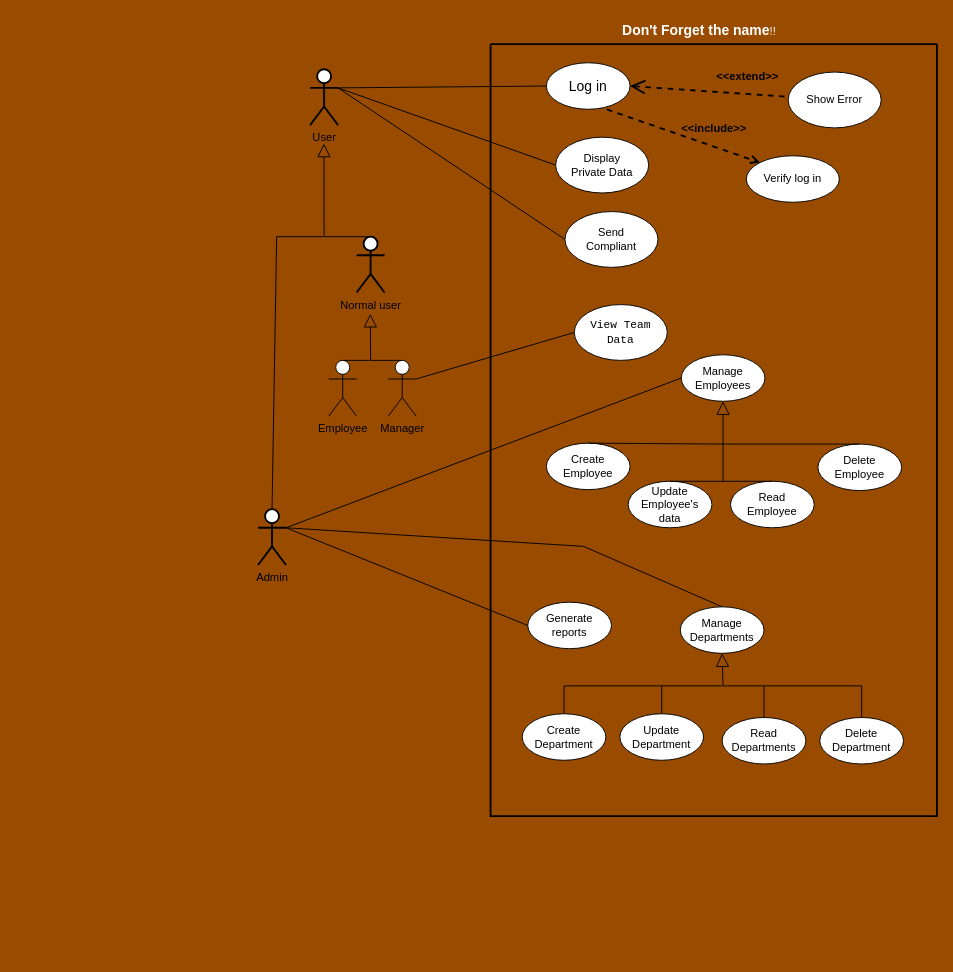
The draw.io diagram Use-Case-Diagram.drawio in Alsayed-Aldkhakhni/SoftwareEngineeringProject, before the edit. Source tidied: cells renumbered, new cells numbered last; positions are measured from the earlier drawing's top-left corner, leaving out a move shared by most shapes. Both pictures are drawn from the tidied source at 93%, with x=0, y=0 at pixel (258, 16).
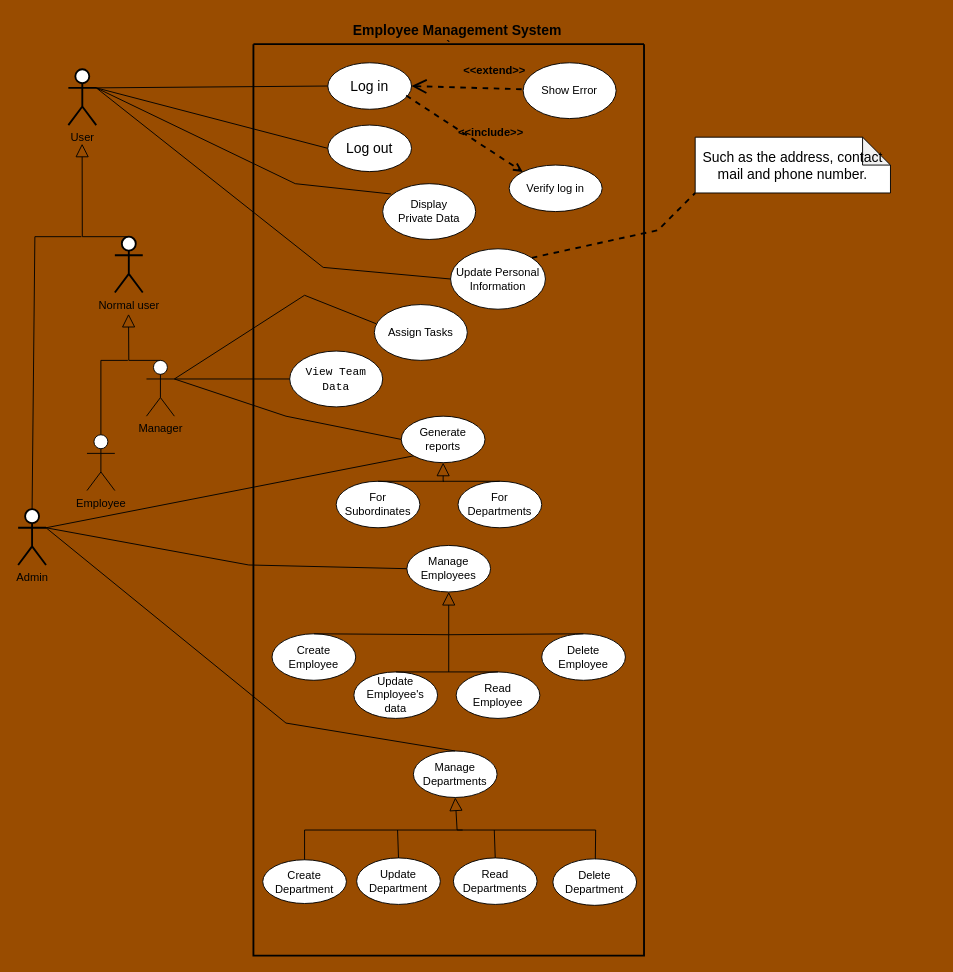
After the change.

Commit message:
Update use case diagram.

What changed in the source:
```diff
@@
-    <mxCell id="2" style="swimlane;startSize=0;strokeWidth=2;" parent="1" vertex="1">
-      <mxGeometry x="250" y="30" width="480" height="830" as="geometry" />
+    <mxCell id="2" value="`" style="swimlane;startSize=0;strokeWidth=2;" parent="1" vertex="1">
+      <mxGeometry x="-5" y="30" width="420" height="980" as="geometry" />
     </mxCell>
     <mxCell id="3" value="&lt;span style=&quot;font-size: 15px;&quot;&gt;Log in&lt;br&gt;&lt;/span&gt;" style="ellipse;whiteSpace=wrap;html=1;" parent="2" vertex="1">
-      <mxGeometry x="60" y="20" width="90" height="50" as="geometry" />
+      <mxGeometry x="80" y="20" width="90" height="50" as="geometry" />
     </mxCell>
     <mxCell id="4" value="Verify log in" style="ellipse;whiteSpace=wrap;html=1;" parent="2" vertex="1">
-      <mxGeometry x="275" y="120" width="100" height="50" as="geometry" />
+      <mxGeometry x="275" y="130" width="100" height="50" as="geometry" />
     </mxCell>
     <mxCell id="5" value="Show Error" style="ellipse;whiteSpace=wrap;html=1;" parent="2" vertex="1">
-      <mxGeometry x="320" y="30" width="100" height="60" as="geometry" />
+      <mxGeometry x="290" y="20" width="100" height="60" as="geometry" />
     </mxCell>
@@
-    <mxCell id="7" value="&lt;b&gt;&lt;font style=&quot;font-size: 12px;&quot;&gt;&amp;lt;&amp;lt;include&amp;gt;&amp;gt;&lt;/font&gt;&lt;/b&gt;" style="edgeStyle=none;html=1;endArrow=open;verticalAlign=bottom;dashed=1;labelBackgroundColor=none;rounded=0;exitX=0.723;exitY=1.004;exitDx=0;exitDy=0;entryX=0;entryY=0;entryDx=0;entryDy=0;strokeWidth=2;exitPerimeter=0;" parent="2" edge="1" source="3" target="4">
+    <mxCell id="7" value="&lt;b&gt;&lt;font style=&quot;font-size: 12px;&quot;&gt;&amp;lt;&amp;lt;include&amp;gt;&amp;gt;&lt;/font&gt;&lt;/b&gt;" style="edgeStyle=none;html=1;endArrow=open;verticalAlign=bottom;dashed=1;labelBackgroundColor=none;rounded=0;exitX=0.936;exitY=0.704;exitDx=0;exitDy=0;entryX=0;entryY=0;entryDx=0;entryDy=0;strokeWidth=2;exitPerimeter=0;" parent="2" edge="1" source="3" target="4">
       <mxGeometry x="0.36" y="10" relative="1" as="geometry">
         <mxPoint y="1" as="offset" />
       </mxGeometry>
     </mxCell>
     <mxCell id="8" value="&lt;div&gt;Manage &lt;br&gt;&lt;/div&gt;&lt;div&gt;Employees&lt;br&gt;&lt;/div&gt;" style="ellipse;whiteSpace=wrap;html=1;" parent="2" vertex="1">
-      <mxGeometry x="205" y="334" width="90" height="50" as="geometry" />
+      <mxGeometry x="165" y="539" width="90" height="50" as="geometry" />
     </mxCell>
     <mxCell id="9" value="&lt;div&gt;Delete&lt;br&gt;&lt;/div&gt;&lt;div&gt;Employee&lt;br&gt;&lt;/div&gt;" style="ellipse;whiteSpace=wrap;html=1;" parent="2" vertex="1">
-      <mxGeometry x="352" y="430" width="90" height="50" as="geometry" />
+      <mxGeometry x="310" y="634" width="90" height="50" as="geometry" />
     </mxCell>
     <mxCell id="10" value="&lt;div&gt;Update&lt;/div&gt;&lt;div&gt;Employee's&lt;/div&gt;&lt;div&gt;data&lt;br&gt;&lt;/div&gt;" style="ellipse;whiteSpace=wrap;html=1;" parent="2" vertex="1">
-      <mxGeometry x="148" y="470" width="90" height="50" as="geometry" />
+      <mxGeometry x="108" y="675" width="90" height="50" as="geometry" />
     </mxCell>
     <mxCell id="11" value="&lt;div&gt;Display&lt;/div&gt;&lt;div&gt;Private Data&lt;br&gt;&lt;/div&gt;" style="ellipse;whiteSpace=wrap;html=1;" parent="2" vertex="1">
-      <mxGeometry x="70" y="100" width="100" height="60" as="geometry" />
+      <mxGeometry x="139" y="150" width="100" height="60" as="geometry" />
     </mxCell>
-    <mxCell id="12" value="&lt;div&gt;Send &lt;br&gt;&lt;/div&gt;&lt;div&gt;Compliant&lt;br&gt;&lt;/div&gt;" style="ellipse;whiteSpace=wrap;html=1;" parent="2" vertex="1">
-      <mxGeometry x="80" y="180" width="100" height="60" as="geometry" />
-    </mxCell>
     <mxCell id="13" value="&lt;div&gt;Read &lt;br&gt;&lt;/div&gt;&lt;div&gt;Employee&lt;br&gt;&lt;/div&gt;" style="ellipse;whiteSpace=wrap;html=1;" parent="2" vertex="1">
-      <mxGeometry x="258" y="470" width="90" height="50" as="geometry" />
+      <mxGeometry x="218" y="675" width="90" height="50" as="geometry" />
     </mxCell>
     <mxCell id="14" value="&lt;div&gt;Create&lt;br&gt;&lt;/div&gt;&lt;div&gt;Employee&lt;br&gt;&lt;/div&gt;" style="ellipse;whiteSpace=wrap;html=1;" parent="2" vertex="1">
-      <mxGeometry x="60" y="429" width="90" height="50" as="geometry" />
+      <mxGeometry x="20" y="634" width="90" height="50" as="geometry" />
     </mxCell>
     <mxCell id="15" value="Generate reports" style="ellipse;whiteSpace=wrap;html=1;" parent="2" vertex="1">
-      <mxGeometry x="40" y="600" width="90" height="50" as="geometry" />
+      <mxGeometry x="159" y="400" width="90" height="50" as="geometry" />
     </mxCell>
     <mxCell id="16" value="&lt;code&gt;View Team Data&lt;/code&gt;" style="ellipse;whiteSpace=wrap;html=1;" parent="2" vertex="1">
-      <mxGeometry x="90" y="280" width="100" height="60" as="geometry" />
+      <mxGeometry x="39" y="330" width="100" height="60" as="geometry" />
     </mxCell>
     <mxCell id="17" style="edgeStyle=none;html=1;endArrow=block;endFill=0;endSize=12;verticalAlign=bottom;rounded=0;entryX=0.5;entryY=1;entryDx=0;entryDy=0;exitX=0.5;exitY=0;exitDx=0;exitDy=0;" parent="2" edge="1" source="9" target="8">
       <mxGeometry relative="1" as="geometry">
         <Array as="points">
-          <mxPoint x="250" y="430" />
+          <mxPoint x="210" y="635" />
         </Array>
       </mxGeometry>
     </mxCell>
     <mxCell id="18" style="edgeStyle=none;html=1;endArrow=none;verticalAlign=bottom;rounded=0;exitX=0.5;exitY=0;exitDx=0;exitDy=0;" parent="2" edge="1" source="14">
       <mxGeometry relative="1" as="geometry">
-        <mxPoint x="250" y="430" as="targetPoint" />
+        <mxPoint x="210" y="635" as="targetPoint" />
       </mxGeometry>
     </mxCell>
@@
     <mxCell id="20" style="edgeStyle=none;html=1;endArrow=none;verticalAlign=bottom;rounded=0;" parent="2" edge="1">
       <mxGeometry relative="1" as="geometry">
-        <mxPoint x="250" y="430" as="sourcePoint" />
-        <mxPoint x="250" y="470" as="targetPoint" />
+        <mxPoint x="210" y="635" as="sourcePoint" />
+        <mxPoint x="210" y="675" as="targetPoint" />
       </mxGeometry>
     </mxCell>
+    <mxCell id="47" value="&lt;span style=&quot;font-size: 15px;&quot;&gt;Log out&lt;br&gt;&lt;/span&gt;" style="ellipse;whiteSpace=wrap;html=1;" parent="2" vertex="1">
+      <mxGeometry x="80" y="87" width="90" height="50" as="geometry" />
+    </mxCell>
+    <mxCell id="48" value="Assign Tasks" style="ellipse;whiteSpace=wrap;html=1;" parent="2" vertex="1">
+      <mxGeometry x="130" y="280" width="100" height="60" as="geometry" />
+    </mxCell>
+    <mxCell id="33" value="&lt;div&gt;Create&lt;br&gt;&lt;/div&gt;&lt;div&gt;Department&lt;br&gt;&lt;/div&gt;" style="ellipse;whiteSpace=wrap;html=1;" parent="2" vertex="1">
+      <mxGeometry x="10" y="877" width="90" height="47" as="geometry" />
+    </mxCell>
+    <mxCell id="30" value="&lt;div&gt;Delete&lt;br&gt;&lt;/div&gt;&lt;div&gt;Department&lt;br&gt;&lt;/div&gt;" style="ellipse;whiteSpace=wrap;html=1;" parent="2" vertex="1">
+      <mxGeometry x="322" y="876" width="90" height="50" as="geometry" />
+    </mxCell>
+    <mxCell id="49" value="For Departments" style="ellipse;whiteSpace=wrap;html=1;" parent="2" vertex="1">
+      <mxGeometry x="220" y="470" width="90" height="50" as="geometry" />
+    </mxCell>
+    <mxCell id="50" value="For Subordinates" style="ellipse;whiteSpace=wrap;html=1;" parent="2" vertex="1">
+      <mxGeometry x="89" y="470" width="90" height="50" as="geometry" />
+    </mxCell>
+    <mxCell id="51" style="edgeStyle=none;html=1;endArrow=block;endFill=0;endSize=12;verticalAlign=bottom;rounded=0;entryX=0.5;entryY=1;entryDx=0;entryDy=0;exitX=0.5;exitY=0;exitDx=0;exitDy=0;" parent="2" edge="1" source="49" target="15">
+      <mxGeometry relative="1" as="geometry">
+        <Array as="points">
+          <mxPoint x="204" y="470" />
+        </Array>
+      </mxGeometry>
+    </mxCell>
+    <mxCell id="29" value="&lt;div&gt;Manage &lt;br&gt;&lt;/div&gt;&lt;div&gt;Departments&lt;br&gt;&lt;/div&gt;" style="ellipse;whiteSpace=wrap;html=1;" parent="2" vertex="1">
+      <mxGeometry x="172" y="760" width="90" height="50" as="geometry" />
+    </mxCell>
+    <mxCell id="34" style="edgeStyle=none;html=1;endArrow=block;endFill=0;endSize=12;verticalAlign=bottom;rounded=0;entryX=0.5;entryY=1;entryDx=0;entryDy=0;exitX=0.507;exitY=0.007;exitDx=0;exitDy=0;exitPerimeter=0;" parent="2" edge="1" source="30" target="29">
+      <mxGeometry relative="1" as="geometry">
+        <Array as="points">
+          <mxPoint x="368" y="845" />
+          <mxPoint x="219" y="845" />
+        </Array>
+      </mxGeometry>
+    </mxCell>
+    <mxCell id="52" value="Update Personal Information" style="ellipse;whiteSpace=wrap;html=1;" parent="2" vertex="1">
+      <mxGeometry x="212" y="220" width="102" height="65" as="geometry" />
+    </mxCell>
     <mxCell id="21" value="User" style="shape=umlActor;html=1;verticalLabelPosition=bottom;verticalAlign=top;align=center;strokeWidth=2;" parent="1" vertex="1">
-      <mxGeometry x="56" y="57" width="30" height="60" as="geometry" />
+      <mxGeometry x="-204" y="57" width="30" height="60" as="geometry" />
     </mxCell>
@@
     <mxCell id="23" value="Admin" style="shape=umlActor;html=1;verticalLabelPosition=bottom;verticalAlign=top;align=center;strokeWidth=2;" parent="1" vertex="1">
-      <mxGeometry y="530" width="30" height="60" as="geometry" />
+      <mxGeometry x="-258" y="530" width="30" height="60" as="geometry" />
     </mxCell>
     <mxCell id="24" value="Normal user" style="shape=umlActor;html=1;verticalLabelPosition=bottom;verticalAlign=top;align=center;strokeWidth=2;" parent="1" vertex="1">
-      <mxGeometry x="106" y="237" width="30" height="60" as="geometry" />
+      <mxGeometry x="-154" y="237" width="30" height="60" as="geometry" />
     </mxCell>
     <mxCell id="25" style="edgeStyle=none;html=1;endArrow=block;endFill=0;endSize=12;verticalAlign=bottom;rounded=0;exitX=0.5;exitY=0;exitDx=0;exitDy=0;exitPerimeter=0;" parent="1" edge="1" source="24">
       <mxGeometry relative="1" as="geometry">
-        <mxPoint x="70.8" y="137" as="targetPoint" />
+        <mxPoint x="-189.2" y="137" as="targetPoint" />
         <Array as="points">
-          <mxPoint x="71" y="237" />
+          <mxPoint x="-189" y="237" />
         </Array>
       </mxGeometry>
     </mxCell>
     <mxCell id="26" style="edgeStyle=none;html=1;endArrow=none;verticalAlign=bottom;rounded=0;exitX=0.5;exitY=0;exitDx=0;exitDy=0;exitPerimeter=0;" parent="1" edge="1" source="23">
       <mxGeometry relative="1" as="geometry">
-        <mxPoint x="70" y="237" as="targetPoint" />
+        <mxPoint x="-190" y="237" as="targetPoint" />
         <Array as="points">
-          <mxPoint x="20" y="237" />
+          <mxPoint x="-240" y="237" />
         </Array>
       </mxGeometry>
     </mxCell>
-    <mxCell id="27" style="edgeStyle=none;html=1;endArrow=none;verticalAlign=bottom;rounded=0;entryX=0;entryY=0.5;entryDx=0;entryDy=0;strokeWidth=1;exitX=1;exitY=0.3333333333333333;exitDx=0;exitDy=0;exitPerimeter=0;" parent="1" edge="1" source="21" target="11">
-      <mxGeometry relative="1" as="geometry" />
+    <mxCell id="27" style="edgeStyle=none;html=1;endArrow=none;verticalAlign=bottom;rounded=0;entryX=0.089;entryY=0.185;entryDx=0;entryDy=0;strokeWidth=1;exitX=1;exitY=0.3333333333333333;exitDx=0;exitDy=0;exitPerimeter=0;entryPerimeter=0;" parent="1" edge="1" source="21" target="11">
+      <mxGeometry relative="1" as="geometry">
+        <Array as="points">
+          <mxPoint x="40" y="180" />
+        </Array>
+      </mxGeometry>
     </mxCell>
-    <mxCell id="28" style="edgeStyle=none;html=1;endArrow=none;verticalAlign=bottom;rounded=0;strokeWidth=1;exitX=1;exitY=0.3333333333333333;exitDx=0;exitDy=0;exitPerimeter=0;entryX=0;entryY=0.5;entryDx=0;entryDy=0;" parent="1" edge="1" source="21" target="12">
-      <mxGeometry relative="1" as="geometry" />
-    </mxCell>
-    <mxCell id="29" value="&lt;div&gt;Manage &lt;br&gt;&lt;/div&gt;&lt;div&gt;Departments&lt;br&gt;&lt;/div&gt;" style="ellipse;whiteSpace=wrap;html=1;" parent="1" vertex="1">
-      <mxGeometry x="454" y="635" width="90" height="50" as="geometry" />
-    </mxCell>
-    <mxCell id="30" value="&lt;div&gt;Delete&lt;br&gt;&lt;/div&gt;&lt;div&gt;Department&lt;br&gt;&lt;/div&gt;" style="ellipse;whiteSpace=wrap;html=1;" parent="1" vertex="1">
-      <mxGeometry x="604" y="754" width="90" height="50" as="geometry" />
-    </mxCell>
     <mxCell id="31" value="&lt;div&gt;Update&lt;/div&gt;&lt;div&gt;Department&lt;br&gt;&lt;/div&gt;" style="ellipse;whiteSpace=wrap;html=1;" parent="1" vertex="1">
-      <mxGeometry x="389" y="750" width="90" height="50" as="geometry" />
+      <mxGeometry x="106" y="905" width="90" height="50" as="geometry" />
     </mxCell>
     <mxCell id="32" value="&lt;div&gt;Read &lt;br&gt;&lt;/div&gt;&lt;div&gt;Departments&lt;br&gt;&lt;/div&gt;" style="ellipse;whiteSpace=wrap;html=1;" parent="1" vertex="1">
-      <mxGeometry x="499" y="754" width="90" height="50" as="geometry" />
+      <mxGeometry x="210" y="905" width="90" height="50" as="geometry" />
     </mxCell>
-    <mxCell id="33" value="&lt;div&gt;Create&lt;br&gt;&lt;/div&gt;&lt;div&gt;Department&lt;br&gt;&lt;/div&gt;" style="ellipse;whiteSpace=wrap;html=1;" parent="1" vertex="1">
-      <mxGeometry x="284" y="750" width="90" height="50" as="geometry" />
-    </mxCell>
-    <mxCell id="34" style="edgeStyle=none;html=1;endArrow=block;endFill=0;endSize=12;verticalAlign=bottom;rounded=0;entryX=0.5;entryY=1;entryDx=0;entryDy=0;exitX=0.5;exitY=0;exitDx=0;exitDy=0;" parent="1" edge="1" source="30" target="29">
-      <mxGeometry relative="1" as="geometry">
-        <Array as="points">
-          <mxPoint x="649" y="720" />
-          <mxPoint x="500" y="720" />
-        </Array>
-      </mxGeometry>
-    </mxCell>
     <mxCell id="35" style="edgeStyle=none;html=1;endArrow=none;verticalAlign=bottom;rounded=0;entryX=0.5;entryY=0;entryDx=0;entryDy=0;" parent="1" edge="1" target="31">
       <mxGeometry relative="1" as="geometry">
-        <mxPoint x="434" y="720" as="sourcePoint" />
+        <mxPoint x="150" y="875" as="sourcePoint" />
       </mxGeometry>
     </mxCell>
     <mxCell id="36" style="edgeStyle=none;html=1;endArrow=none;verticalAlign=bottom;rounded=0;exitX=0.5;exitY=0;exitDx=0;exitDy=0;" parent="1" edge="1" source="33">
       <mxGeometry relative="1" as="geometry">
-        <mxPoint x="499" y="720" as="targetPoint" />
+        <mxPoint x="220" y="875" as="targetPoint" />
         <Array as="points">
-          <mxPoint x="329" y="720" />
+          <mxPoint x="50" y="875" />
         </Array>
       </mxGeometry>
     </mxCell>
     <mxCell id="37" style="edgeStyle=none;html=1;endArrow=none;verticalAlign=bottom;rounded=0;entryX=0.5;entryY=0;entryDx=0;entryDy=0;" parent="1" edge="1" target="32">
       <mxGeometry relative="1" as="geometry">
-        <mxPoint x="544" y="720" as="sourcePoint" />
+        <mxPoint x="254" y="875" as="sourcePoint" />
       </mxGeometry>
     </mxCell>
     <mxCell id="38" style="edgeStyle=none;html=1;endArrow=block;endFill=0;endSize=12;verticalAlign=bottom;rounded=0;exitX=0.5;exitY=0;exitDx=0;exitDy=0;exitPerimeter=0;" parent="1" edge="1" source="39">
       <mxGeometry relative="1" as="geometry">
-        <mxPoint x="120.7" y="320" as="targetPoint" />
+        <mxPoint x="-139.3" y="320" as="targetPoint" />
         <Array as="points">
-          <mxPoint x="121" y="370" />
+          <mxPoint x="-139" y="370" />
         </Array>
       </mxGeometry>
     </mxCell>
     <mxCell id="39" value="Manager" style="shape=umlActor;html=1;verticalLabelPosition=bottom;verticalAlign=top;align=center;" parent="1" vertex="1">
-      <mxGeometry x="140" y="370" width="30" height="60" as="geometry" />
+      <mxGeometry x="-120" y="370" width="30" height="60" as="geometry" />
     </mxCell>
     <mxCell id="40" value="Employee" style="shape=umlActor;html=1;verticalLabelPosition=bottom;verticalAlign=top;align=center;" parent="1" vertex="1">
-      <mxGeometry x="76" y="370" width="30" height="60" as="geometry" />
+      <mxGeometry x="-184" y="450" width="30" height="60" as="geometry" />
     </mxCell>
     <mxCell id="41" style="edgeStyle=none;html=1;endArrow=none;verticalAlign=bottom;rounded=0;exitX=0.5;exitY=0;exitDx=0;exitDy=0;exitPerimeter=0;" parent="1" edge="1" source="40">
       <mxGeometry relative="1" as="geometry">
-        <mxPoint x="120" y="370" as="targetPoint" />
+        <mxPoint x="-140" y="370" as="targetPoint" />
+        <Array as="points">
+          <mxPoint x="-169" y="370" />
+        </Array>
       </mxGeometry>
     </mxCell>
@@
     <mxCell id="43" style="edgeStyle=none;html=1;endArrow=none;verticalAlign=bottom;rounded=0;exitX=1;exitY=0.3333333333333333;exitDx=0;exitDy=0;exitPerimeter=0;entryX=0;entryY=0.5;entryDx=0;entryDy=0;" parent="1" edge="1" source="23" target="8">
-      <mxGeometry relative="1" as="geometry" />
+      <mxGeometry relative="1" as="geometry">
+        <Array as="points">
+          <mxPoint x="-10" y="590" />
+        </Array>
+      </mxGeometry>
     </mxCell>
     <mxCell id="44" style="edgeStyle=none;html=1;endArrow=none;verticalAlign=bottom;rounded=0;exitX=1;exitY=0.3333333333333333;exitDx=0;exitDy=0;exitPerimeter=0;entryX=0.5;entryY=0;entryDx=0;entryDy=0;" parent="1" edge="1" source="23" target="29">
       <mxGeometry relative="1" as="geometry">
         <Array as="points">
-          <mxPoint x="350" y="570" />
+          <mxPoint x="30" y="760" />
         </Array>
       </mxGeometry>
     </mxCell>
-    <mxCell id="45" style="edgeStyle=none;html=1;endArrow=none;verticalAlign=bottom;rounded=0;entryX=0;entryY=0.5;entryDx=0;entryDy=0;exitX=1;exitY=0.3333333333333333;exitDx=0;exitDy=0;exitPerimeter=0;" parent="1" edge="1" source="23" target="15">
+    <mxCell id="45" style="edgeStyle=none;html=1;endArrow=none;verticalAlign=bottom;rounded=0;entryX=0;entryY=1;entryDx=0;entryDy=0;exitX=1;exitY=0.3333333333333333;exitDx=0;exitDy=0;exitPerimeter=0;" parent="1" edge="1" source="23" target="15">
       <mxGeometry relative="1" as="geometry" />
     </mxCell>
-    <mxCell id="46" value="&lt;font color=&quot;#ffffff&quot;&gt;&lt;b&gt;&lt;font style=&quot;font-size: 15px;&quot;&gt;Don't Forget the name&lt;/font&gt;&lt;/b&gt;!!&lt;/font&gt;" style="text;html=1;align=center;verticalAlign=middle;" parent="1" vertex="1">
-      <mxGeometry x="379" width="190" height="30" as="geometry" />
+    <mxCell id="46" value="&lt;font style=&quot;font-size: 15px;&quot;&gt;&lt;b&gt;Employee Management System&lt;br&gt;&lt;/b&gt;&lt;/font&gt;" style="text;html=1;align=center;verticalAlign=middle;" parent="1" vertex="1">
+      <mxGeometry x="84" width="260" height="30" as="geometry" />
     </mxCell>
+    <mxCell id="53" style="edgeStyle=none;html=1;endArrow=none;verticalAlign=bottom;rounded=0;strokeWidth=1;exitX=1;exitY=0.3333333333333333;exitDx=0;exitDy=0;exitPerimeter=0;entryX=0;entryY=0.5;entryDx=0;entryDy=0;" parent="1" edge="1" source="21" target="47">
+      <mxGeometry relative="1" as="geometry" />
+    </mxCell>
+    <mxCell id="54" style="edgeStyle=none;html=1;endArrow=none;verticalAlign=bottom;rounded=0;entryX=0.021;entryY=0.344;entryDx=0;entryDy=0;strokeWidth=1;exitX=1;exitY=0.3333333333333333;exitDx=0;exitDy=0;exitPerimeter=0;entryPerimeter=0;" parent="1" edge="1" source="39" target="48">
+      <mxGeometry relative="1" as="geometry">
+        <Array as="points">
+          <mxPoint x="50" y="300" />
+        </Array>
+      </mxGeometry>
+    </mxCell>
+    <mxCell id="55" value="&lt;font style=&quot;font-size: 15px;&quot;&gt;Such as the address, contact mail and phone number.&lt;/font&gt;" style="shape=note;whiteSpace=wrap;html=1;backgroundOutline=1;darkOpacity=0.05;" parent="1" vertex="1">
+      <mxGeometry x="470" y="130" width="210" height="60" as="geometry" />
+    </mxCell>
+    <mxCell id="56" style="endArrow=none;dashed=1;html=1;rounded=0;entryX=0;entryY=1;entryDx=0;entryDy=0;entryPerimeter=0;exitX=1;exitY=0;exitDx=0;exitDy=0;strokeWidth=2;" parent="1" edge="1" source="52" target="55">
+      <mxGeometry relative="1" as="geometry">
+        <Array as="points">
+          <mxPoint x="430" y="230" />
+        </Array>
+      </mxGeometry>
+    </mxCell>
+    <mxCell id="57" style="edgeStyle=none;html=1;endArrow=none;verticalAlign=bottom;rounded=0;entryX=0;entryY=0.5;entryDx=0;entryDy=0;" parent="1" edge="1" target="15">
+      <mxGeometry relative="1" as="geometry">
+        <mxPoint x="-90" y="390" as="sourcePoint" />
+        <Array as="points">
+          <mxPoint x="30" y="430" />
+        </Array>
+      </mxGeometry>
+    </mxCell>
+    <mxCell id="58" style="edgeStyle=none;html=1;endArrow=none;verticalAlign=bottom;rounded=0;exitX=0.5;exitY=0;exitDx=0;exitDy=0;" parent="1" edge="1" source="50">
+      <mxGeometry relative="1" as="geometry">
+        <mxPoint x="200" y="500" as="targetPoint" />
+      </mxGeometry>
+    </mxCell>
+    <mxCell id="59" style="edgeStyle=none;html=1;endArrow=none;verticalAlign=bottom;rounded=0;entryX=0;entryY=0.5;entryDx=0;entryDy=0;strokeWidth=1;exitX=1;exitY=0.3333333333333333;exitDx=0;exitDy=0;exitPerimeter=0;" parent="1" edge="1" source="21" target="52">
+      <mxGeometry relative="1" as="geometry">
+        <Array as="points">
+          <mxPoint x="70" y="270" />
+        </Array>
+      </mxGeometry>
+    </mxCell>
```
